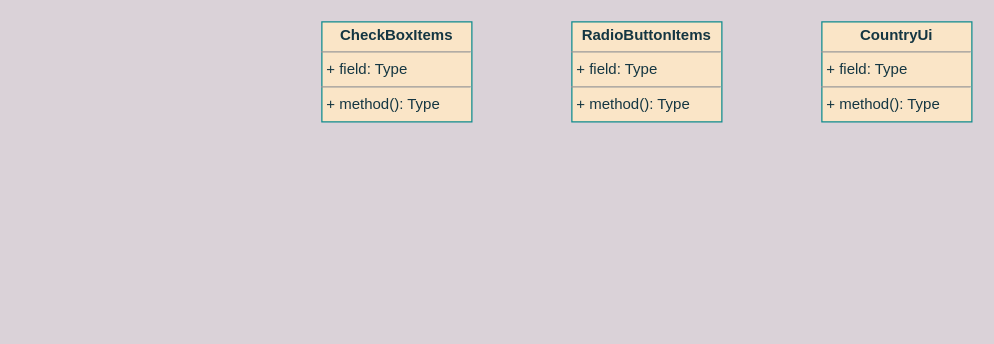
The draw.io diagram UNI-16532.drawio in ShiryaevNikolay/diagrams, before the edit. Source tidied: cells renumbered, new cells numbered last; positions are measured from the earlier drawing's top-left corner, leaving out a move shared by most shapes. Both pictures are drawn from the tidied source at 125%, with x=0, y=0 at pixel (321, 21).
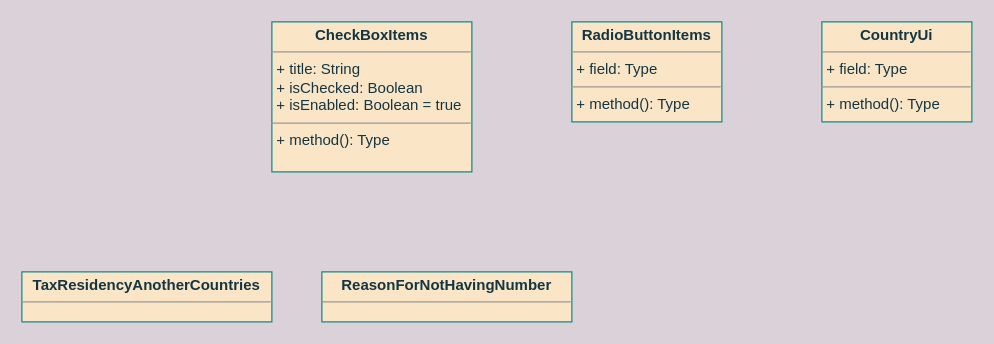
After the change.

The edit, as a diff of the source:
```diff
@@
 <mxGraphModel background="#DAD2D8">
   <root>
     <mxCell id="0" />
     <mxCell id="1" parent="0" />
-    <mxCell id="2" value="&lt;p style=&quot;margin:0px;margin-top:4px;text-align:center;&quot;&gt;&lt;b&gt;CheckBoxItems&lt;/b&gt;&lt;/p&gt;&lt;hr size=&quot;1&quot;&gt;&lt;p style=&quot;margin:0px;margin-left:4px;&quot;&gt;+ field: Type&lt;/p&gt;&lt;hr size=&quot;1&quot;&gt;&lt;p style=&quot;margin:0px;margin-left:4px;&quot;&gt;+ method(): Type&lt;/p&gt;" style="verticalAlign=top;align=left;overflow=fill;fontSize=12;fontFamily=Helvetica;html=1;fillColor=#FAE5C7;strokeColor=#0F8B8D;fontColor=#143642;" parent="1" vertex="1">
-      <mxGeometry width="120" height="80" as="geometry" />
+    <mxCell id="2" value="&lt;p style=&quot;margin:0px;margin-top:4px;text-align:center;&quot;&gt;&lt;b&gt;CheckBoxItems&lt;/b&gt;&lt;/p&gt;&lt;hr size=&quot;1&quot;&gt;&lt;p style=&quot;margin:0px;margin-left:4px;&quot;&gt;+ title: String&lt;/p&gt;&lt;p style=&quot;margin:0px;margin-left:4px;&quot;&gt;+ isChecked: Boolean&lt;/p&gt;&lt;p style=&quot;margin:0px;margin-left:4px;&quot;&gt;+ isEnabled: Boolean = true&lt;br&gt;&lt;/p&gt;&lt;hr size=&quot;1&quot;&gt;&lt;p style=&quot;margin:0px;margin-left:4px;&quot;&gt;+ method(): Type&lt;/p&gt;" style="verticalAlign=top;align=left;overflow=fill;fontSize=12;fontFamily=Helvetica;html=1;fillColor=#FAE5C7;strokeColor=#0F8B8D;fontColor=#143642;" parent="1" vertex="1">
+      <mxGeometry x="-40" width="160" height="120" as="geometry" />
     </mxCell>
     <mxCell id="3" value="&lt;p style=&quot;margin:0px;margin-top:4px;text-align:center;&quot;&gt;&lt;b&gt;RadioButtonItems&lt;/b&gt;&lt;/p&gt;&lt;hr size=&quot;1&quot;&gt;&lt;p style=&quot;margin:0px;margin-left:4px;&quot;&gt;+ field: Type&lt;/p&gt;&lt;hr size=&quot;1&quot;&gt;&lt;p style=&quot;margin:0px;margin-left:4px;&quot;&gt;+ method(): Type&lt;/p&gt;" style="verticalAlign=top;align=left;overflow=fill;fontSize=12;fontFamily=Helvetica;html=1;fillColor=#FAE5C7;strokeColor=#0F8B8D;fontColor=#143642;" parent="1" vertex="1">
       <mxGeometry x="200" width="120" height="80" as="geometry" />
     </mxCell>
     <mxCell id="4" value="&lt;p style=&quot;margin:0px;margin-top:4px;text-align:center;&quot;&gt;&lt;b&gt;CountryUi&lt;/b&gt;&lt;/p&gt;&lt;hr size=&quot;1&quot;&gt;&lt;p style=&quot;margin:0px;margin-left:4px;&quot;&gt;+ field: Type&lt;/p&gt;&lt;hr size=&quot;1&quot;&gt;&lt;p style=&quot;margin:0px;margin-left:4px;&quot;&gt;+ method(): Type&lt;/p&gt;" style="verticalAlign=top;align=left;overflow=fill;fontSize=12;fontFamily=Helvetica;html=1;fillColor=#FAE5C7;strokeColor=#0F8B8D;fontColor=#143642;" parent="1" vertex="1">
       <mxGeometry x="400" width="120" height="80" as="geometry" />
     </mxCell>
+    <mxCell id="5" value="&lt;p style=&quot;margin:0px;margin-top:4px;text-align:center;&quot;&gt;&lt;b&gt;TaxResidencyAnotherCountries&lt;/b&gt;&lt;/p&gt;&lt;hr size=&quot;1&quot;&gt;" style="verticalAlign=top;align=left;overflow=fill;fontSize=12;fontFamily=Helvetica;html=1;fillColor=#FAE5C7;strokeColor=#0F8B8D;fontColor=#143642;" parent="1" vertex="1">
+      <mxGeometry x="-240" y="200" width="200" height="40" as="geometry" />
+    </mxCell>
+    <mxCell id="6" value="&lt;p style=&quot;margin:0px;margin-top:4px;text-align:center;&quot;&gt;&lt;b&gt;ReasonForNotHavingNumber&lt;/b&gt;&lt;/p&gt;&lt;hr size=&quot;1&quot;&gt;" style="verticalAlign=top;align=left;overflow=fill;fontSize=12;fontFamily=Helvetica;html=1;fillColor=#FAE5C7;strokeColor=#0F8B8D;fontColor=#143642;" parent="1" vertex="1">
+      <mxGeometry y="200" width="200" height="40" as="geometry" />
+    </mxCell>
   </root>
 </mxGraphModel>
```
